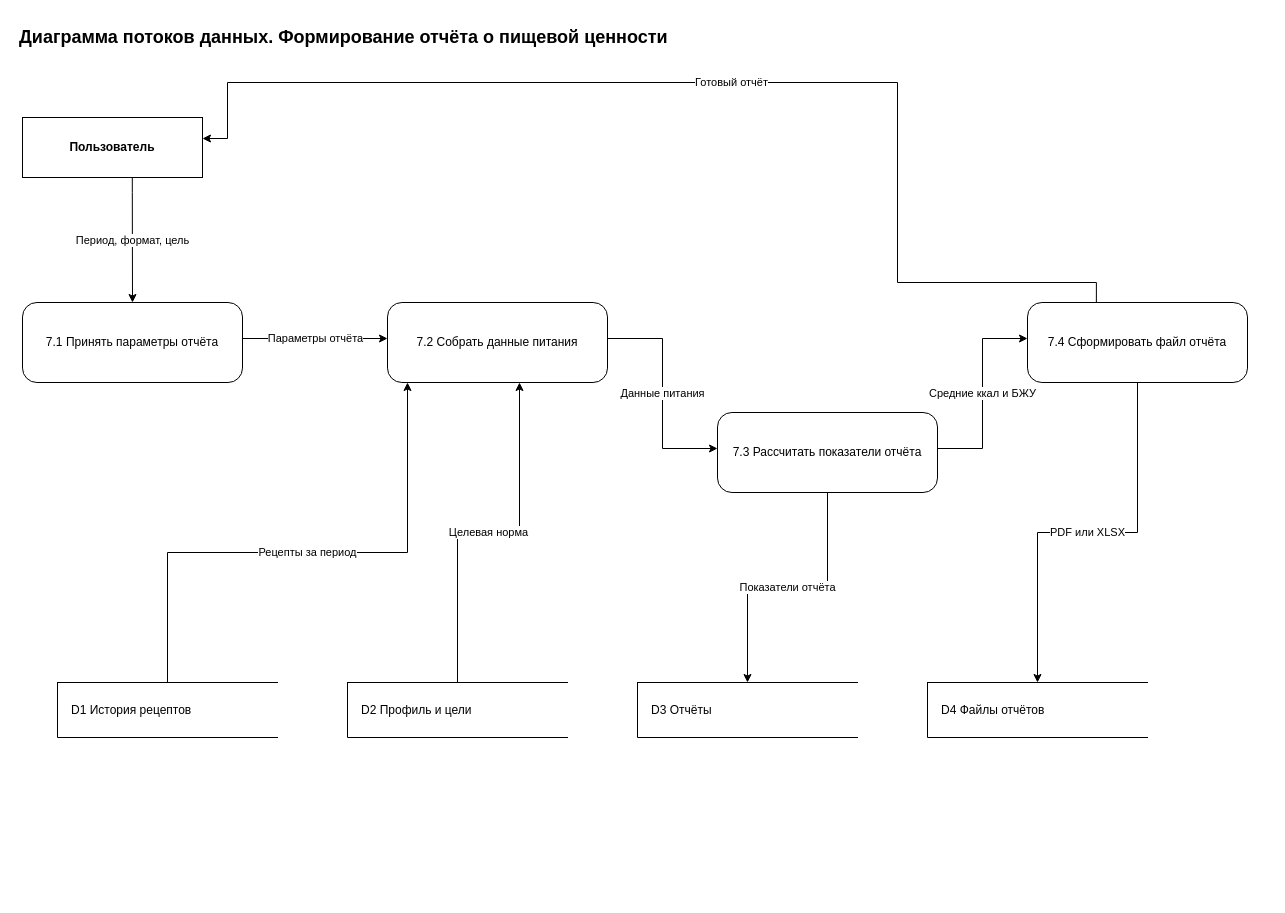
Earlier version of the draw.io diagram Optimization-Methods/laba_2/diagrams/Potoki/07_Отчёт_о_пищевой_ценности.drawio (Skipl1/ASOIU). Source tidied: cells renumbered, new cells numbered last; positions are measured from the earlier drawing's top-left corner, leaving out a move shared by most shapes. Both pictures are drawn from the tidied source at 100%, with x=0, y=0 at pixel (17, 22).
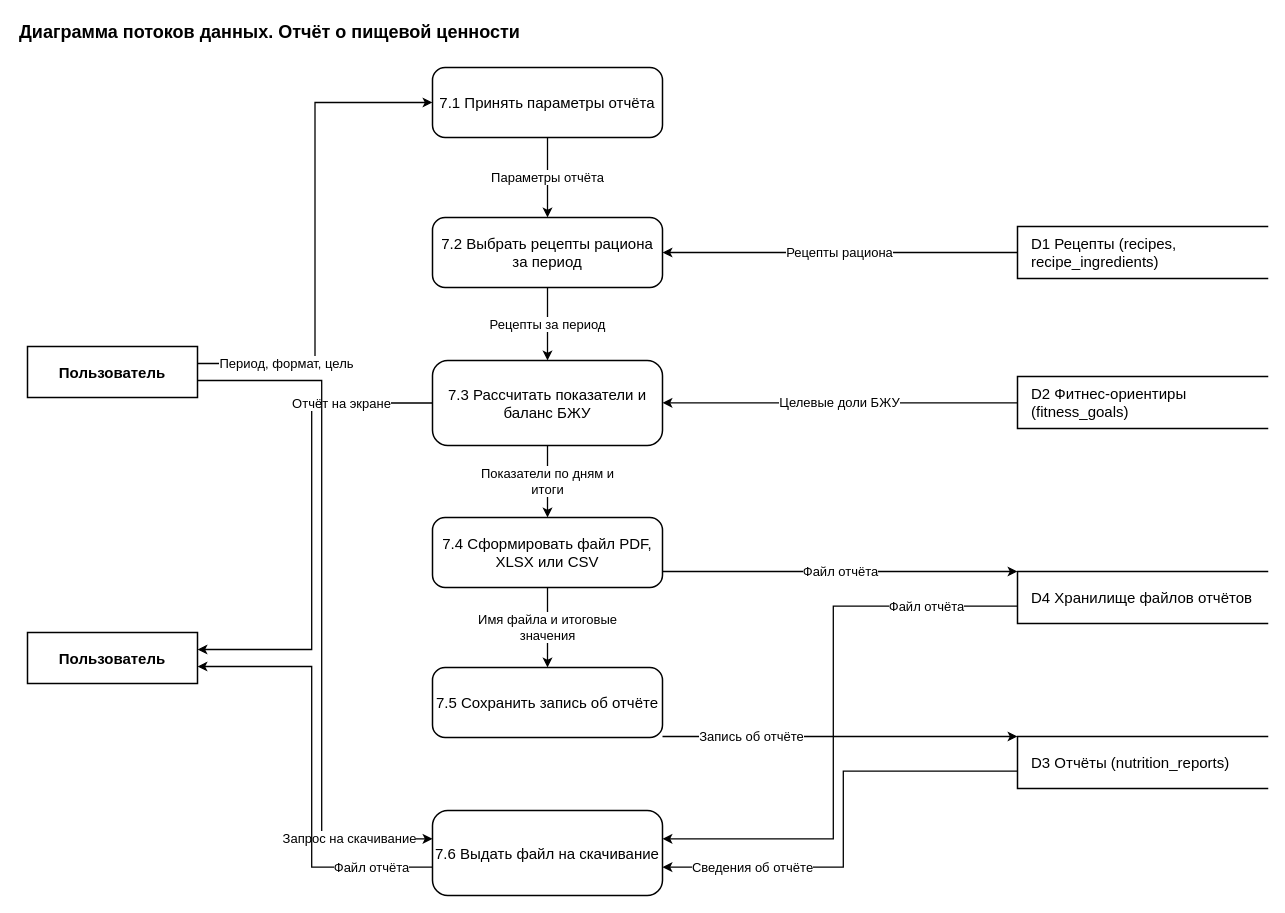
The same page after the edit.

Diff of the diagram source:
```diff
@@
-    <mxCell id="2" value="Диаграмма потоков данных. Формирование отчёта о пищевой ценности" style="text;html=1;strokeColor=none;fillColor=none;align=left;verticalAlign=middle;fontSize=18;fontStyle=1;" parent="1" vertex="1">
-      <mxGeometry width="900" height="30" as="geometry" />
+    <mxCell id="2" value="Диаграмма потоков данных. Отчёт о пищевой ценности" style="text;html=1;strokeColor=none;fillColor=none;align=left;verticalAlign=middle;fontSize=18;fontStyle=1;" parent="1" vertex="1">
+      <mxGeometry y="-5" width="900" height="30" as="geometry" />
     </mxCell>
-    <mxCell id="3" value="Пользователь" style="rounded=0;whiteSpace=wrap;html=1;fillColor=#ffffff;strokeColor=#000000;fontStyle=1;" parent="1" vertex="1">
-      <mxGeometry x="5" y="95" width="180" height="60" as="geometry" />
+    <mxCell id="3" value="Пользователь" style="rounded=0;whiteSpace=wrap;html=1;fillColor=#ffffff;strokeColor=#000000;fontStyle=1;fontSize=15;strokeWidth=1.5;" parent="1" vertex="1">
+      <mxGeometry x="10" y="324" width="170" height="51" as="geometry" />
     </mxCell>
-    <mxCell id="4" value="7.1 Принять параметры отчёта" style="rounded=1;whiteSpace=wrap;html=1;arcSize=18;fillColor=#ffffff;strokeColor=#000000;" parent="1" vertex="1">
-      <mxGeometry x="5" y="280" width="220" height="80" as="geometry" />
+    <mxCell id="4" value="7.1 Принять параметры отчёта" style="rounded=1;whiteSpace=wrap;html=1;arcSize=18;fillColor=#ffffff;strokeColor=#000000;fontSize=15;strokeWidth=1.5;" parent="1" vertex="1">
+      <mxGeometry x="415" y="45" width="230" height="70" as="geometry" />
     </mxCell>
-    <mxCell id="5" value="7.2 Собрать данные питания" style="rounded=1;whiteSpace=wrap;html=1;arcSize=18;fillColor=#ffffff;strokeColor=#000000;" parent="1" vertex="1">
-      <mxGeometry x="370" y="280" width="220" height="80" as="geometry" />
+    <mxCell id="5" value="7.2 Выбрать рецепты рациона за период" style="rounded=1;whiteSpace=wrap;html=1;arcSize=18;fillColor=#ffffff;strokeColor=#000000;fontSize=15;strokeWidth=1.5;" parent="1" vertex="1">
+      <mxGeometry x="415" y="195" width="230" height="70" as="geometry" />
     </mxCell>
-    <mxCell id="6" value="7.3 Рассчитать показатели отчёта" style="rounded=1;whiteSpace=wrap;html=1;arcSize=18;fillColor=#ffffff;strokeColor=#000000;" parent="1" vertex="1">
-      <mxGeometry x="700" y="390" width="220" height="80" as="geometry" />
+    <mxCell id="6" value="7.3 Рассчитать показатели и баланс БЖУ" style="rounded=1;whiteSpace=wrap;html=1;arcSize=18;fillColor=#ffffff;strokeColor=#000000;fontSize=15;strokeWidth=1.5;" parent="1" vertex="1">
+      <mxGeometry x="415" y="338" width="230" height="85" as="geometry" />
     </mxCell>
-    <mxCell id="7" value="7.4 Сформировать файл отчёта" style="rounded=1;whiteSpace=wrap;html=1;arcSize=18;fillColor=#ffffff;strokeColor=#000000;" parent="1" vertex="1">
-      <mxGeometry x="1010" y="280" width="220" height="80" as="geometry" />
+    <mxCell id="7" value="7.4 Сформировать файл PDF, XLSX или CSV" style="rounded=1;whiteSpace=wrap;html=1;arcSize=18;fillColor=#ffffff;strokeColor=#000000;fontSize=15;strokeWidth=1.5;" parent="1" vertex="1">
+      <mxGeometry x="415" y="495" width="230" height="70" as="geometry" />
     </mxCell>
+    <mxCell id="21" value="7.5 Сохранить запись об отчёте" style="rounded=1;whiteSpace=wrap;html=1;arcSize=18;fillColor=#ffffff;strokeColor=#000000;fontSize=15;strokeWidth=1.5;" parent="1" vertex="1">
+      <mxGeometry x="415" y="645" width="230" height="70" as="geometry" />
+    </mxCell>
+    <mxCell id="22" value="7.6 Выдать файл на скачивание" style="rounded=1;whiteSpace=wrap;html=1;arcSize=18;fillColor=#ffffff;strokeColor=#000000;fontSize=15;strokeWidth=1.5;" parent="1" vertex="1">
+      <mxGeometry x="415" y="788" width="230" height="85" as="geometry" />
+    </mxCell>
-    <mxCell id="8" value="D1 История рецептов" style="shape=partialRectangle;right=0;whiteSpace=wrap;html=1;fillColor=#ffffff;strokeColor=#000000;align=left;spacingLeft=12;" parent="1" vertex="1">
-      <mxGeometry x="40" y="660" width="220" height="55" as="geometry" />
+    <mxCell id="8" value="D1 Рецепты (recipes, recipe_ingredients)" style="shape=partialRectangle;right=0;whiteSpace=wrap;html=1;fillColor=#ffffff;strokeColor=#000000;align=left;spacingLeft=12;fontSize=15;strokeWidth=1.5;" parent="1" vertex="1">
+      <mxGeometry x="1000" y="204" width="250" height="52" as="geometry" />
     </mxCell>
-    <mxCell id="9" value="D2 Профиль и цели" style="shape=partialRectangle;right=0;whiteSpace=wrap;html=1;fillColor=#ffffff;strokeColor=#000000;align=left;spacingLeft=12;" parent="1" vertex="1">
-      <mxGeometry x="330" y="660" width="220" height="55" as="geometry" />
+    <mxCell id="9" value="D2 Фитнес-ориентиры (fitness_goals)" style="shape=partialRectangle;right=0;whiteSpace=wrap;html=1;fillColor=#ffffff;strokeColor=#000000;align=left;spacingLeft=12;fontSize=15;strokeWidth=1.5;" parent="1" vertex="1">
+      <mxGeometry x="1000" y="354" width="250" height="52" as="geometry" />
     </mxCell>
-    <mxCell id="10" value="D3 Отчёты" style="shape=partialRectangle;right=0;whiteSpace=wrap;html=1;fillColor=#ffffff;strokeColor=#000000;align=left;spacingLeft=12;" parent="1" vertex="1">
-      <mxGeometry x="620" y="660" width="220" height="55" as="geometry" />
+    <mxCell id="10" value="D3 Отчёты (nutrition_reports)" style="shape=partialRectangle;right=0;whiteSpace=wrap;html=1;fillColor=#ffffff;strokeColor=#000000;align=left;spacingLeft=12;fontSize=15;strokeWidth=1.5;" parent="1" vertex="1">
+      <mxGeometry x="1000" y="714" width="250" height="52" as="geometry" />
     </mxCell>
-    <mxCell id="11" value="D4 Файлы отчётов" style="shape=partialRectangle;right=0;whiteSpace=wrap;html=1;fillColor=#ffffff;strokeColor=#000000;align=left;spacingLeft=12;" parent="1" vertex="1">
-      <mxGeometry x="910" y="660" width="220" height="55" as="geometry" />
+    <mxCell id="11" value="D4 Хранилище файлов отчётов" style="shape=partialRectangle;right=0;whiteSpace=wrap;html=1;fillColor=#ffffff;strokeColor=#000000;align=left;spacingLeft=12;fontSize=15;strokeWidth=1.5;" parent="1" vertex="1">
+      <mxGeometry x="1000" y="549" width="250" height="52" as="geometry" />
     </mxCell>
+    <mxCell id="23" value="Пользователь" style="rounded=0;whiteSpace=wrap;html=1;fillColor=#ffffff;strokeColor=#000000;fontStyle=1;fontSize=15;strokeWidth=1.5;" parent="1" vertex="1">
+      <mxGeometry x="10" y="610" width="170" height="51" as="geometry" />
+    </mxCell>
-    <mxCell id="12" value="Период, формат, цель" style="endArrow=classic;html=1;rounded=0;edgeStyle=orthogonalEdgeStyle;exitX=0.61;exitY=0.994;entryX=0.5;entryY=0;exitDx=0;exitDy=0;exitPerimeter=0;" parent="1" edge="1" source="3" target="4">
-      <mxGeometry relative="1" as="geometry">
+    <mxCell id="12" value="Период, формат, цель" style="endArrow=classic;endFill=1;html=1;rounded=0;edgeStyle=none;strokeWidth=1.3;fontSize=13;labelBackgroundColor=#ffffff;exitX=1.0;exitY=0.3333;exitDx=0;exitDy=0;entryX=0.0;entryY=0.5;entryDx=0;entryDy=0;" parent="1" edge="1" source="3" target="4">
+      <mxGeometry x="-0.64" relative="1" as="geometry">
         <Array as="points">
-          <mxPoint x="115" y="170" />
-          <mxPoint x="115" y="170" />
+          <mxPoint x="297.5" y="341" />
+          <mxPoint x="297.5" y="80" />
         </Array>
       </mxGeometry>
     </mxCell>
-    <mxCell id="13" value="Параметры отчёта" style="endArrow=classic;html=1;rounded=0;edgeStyle=orthogonalEdgeStyle;exitX=1;exitY=0.45;entryX=0;entryY=0.45;" parent="1" edge="1" source="4" target="5">
+    <mxCell id="13" value="Параметры отчёта" style="endArrow=classic;endFill=1;html=1;rounded=0;edgeStyle=none;strokeWidth=1.3;fontSize=13;labelBackgroundColor=#ffffff;exitX=0.5;exitY=1.0;exitDx=0;exitDy=0;entryX=0.5;entryY=0.0;entryDx=0;entryDy=0;" parent="1" edge="1" source="4" target="5">
       <mxGeometry relative="1" as="geometry" />
     </mxCell>
+    <mxCell id="24" value="Рецепты рациона" style="endArrow=classic;endFill=1;html=1;rounded=0;edgeStyle=none;strokeWidth=1.3;fontSize=13;labelBackgroundColor=#ffffff;exitX=0.0;exitY=0.5;exitDx=0;exitDy=0;entryX=1.0;entryY=0.5;entryDx=0;entryDy=0;" parent="1" edge="1" source="8" target="5">
+      <mxGeometry relative="1" as="geometry" />
+    </mxCell>
-    <mxCell id="14" value="Рецепты за период" style="endArrow=classic;html=1;rounded=0;edgeStyle=orthogonalEdgeStyle;exitX=0.5;exitY=0;" parent="1" edge="1" source="8">
-      <mxGeometry relative="1" as="geometry">
-        <mxPoint x="390" y="360" as="targetPoint" />
-        <Array as="points">
-          <mxPoint x="150" y="530" />
-          <mxPoint x="390" y="530" />
-          <mxPoint x="390" y="360" />
-        </Array>
-      </mxGeometry>
+    <mxCell id="14" value="Рецепты за период" style="endArrow=classic;endFill=1;html=1;rounded=0;edgeStyle=none;strokeWidth=1.3;fontSize=13;labelBackgroundColor=#ffffff;exitX=0.5;exitY=1.0;exitDx=0;exitDy=0;entryX=0.5;entryY=0.0;entryDx=0;entryDy=0;" parent="1" edge="1" source="5" target="6">
+      <mxGeometry relative="1" as="geometry" />
     </mxCell>
-    <mxCell id="15" value="Целевая норма" style="endArrow=classic;html=1;rounded=0;edgeStyle=orthogonalEdgeStyle;exitX=0.5;exitY=0;entryX=0.6;entryY=1;" parent="1" edge="1" source="9" target="5">
-      <mxGeometry relative="1" as="geometry" />
-    </mxCell>
-    <mxCell id="16" value="Данные питания" style="endArrow=classic;html=1;rounded=0;edgeStyle=orthogonalEdgeStyle;exitX=1;exitY=0.45;entryX=0;entryY=0.45;" parent="1" edge="1" source="5" target="6">
-      <mxGeometry relative="1" as="geometry" />
-    </mxCell>
+    <mxCell id="25" value="Целевые доли БЖУ" style="endArrow=classic;endFill=1;html=1;rounded=0;edgeStyle=none;strokeWidth=1.3;fontSize=13;labelBackgroundColor=#ffffff;exitX=0.0;exitY=0.5058;exitDx=0;exitDy=0;entryX=1.0;entryY=0.4976;entryDx=0;entryDy=0;" parent="1" edge="1" source="9" target="6">
+      <mxGeometry relative="1" as="geometry" />
+    </mxCell>
+    <mxCell id="26" value="Отчёт на экране" style="endArrow=classic;endFill=1;html=1;rounded=0;edgeStyle=none;strokeWidth=1.3;fontSize=13;labelBackgroundColor=#ffffff;exitX=0.0;exitY=0.5;exitDx=0;exitDy=0;entryX=1.0;entryY=0.3333;entryDx=0;entryDy=0;" parent="1" edge="1" source="6" target="23">
+      <mxGeometry x="-0.62" relative="1" as="geometry">
+        <Array as="points">
+          <mxPoint x="294.2" y="380.5" />
+          <mxPoint x="294.2" y="627" />
+        </Array>
+      </mxGeometry>
+    </mxCell>
-    <mxCell id="17" value="Средние ккал и БЖУ" style="endArrow=classic;html=1;rounded=0;edgeStyle=orthogonalEdgeStyle;exitX=1;exitY=0.45;entryX=0;entryY=0.45;" parent="1" edge="1" source="6" target="7">
+    <mxCell id="17" value="Показатели по дням и&lt;br&gt;итоги" style="endArrow=classic;endFill=1;html=1;rounded=0;edgeStyle=none;strokeWidth=1.3;fontSize=13;labelBackgroundColor=#ffffff;exitX=0.5;exitY=1.0;exitDx=0;exitDy=0;entryX=0.5;entryY=0.0;entryDx=0;entryDy=0;" parent="1" edge="1" source="6" target="7">
       <mxGeometry relative="1" as="geometry" />
     </mxCell>
-    <mxCell id="18" value="Показатели отчёта" style="endArrow=classic;html=1;rounded=0;edgeStyle=orthogonalEdgeStyle;exitX=0.5;exitY=1;entryX=0.5;entryY=0;" parent="1" edge="1" source="6" target="10">
-      <mxGeometry relative="1" as="geometry" />
-    </mxCell>
-    <mxCell id="19" value="PDF или XLSX" style="endArrow=classic;html=1;rounded=0;edgeStyle=orthogonalEdgeStyle;exitX=0.5;exitY=1;entryX=0.5;entryY=0;" parent="1" edge="1" source="7" target="11">
+    <mxCell id="19" value="Файл отчёта" style="endArrow=classic;endFill=1;html=1;rounded=0;edgeStyle=none;strokeWidth=1.3;fontSize=13;labelBackgroundColor=#ffffff;exitX=1.0;exitY=0.7714;exitDx=0;exitDy=0;entryX=0.0;entryY=0.0;entryDx=0;entryDy=0;" parent="1" edge="1" source="7" target="11">
       <mxGeometry relative="1" as="geometry" />
     </mxCell>
-    <mxCell id="20" value="Готовый отчёт" style="endArrow=classic;html=1;rounded=0;edgeStyle=orthogonalEdgeStyle;exitX=0.313;exitY=0.006;entryX=1;entryY=0.35;exitDx=0;exitDy=0;exitPerimeter=0;" parent="1" edge="1" source="7" target="3">
-      <mxGeometry relative="1" as="geometry">
-        <Array as="points">
-          <mxPoint x="1079" y="260" />
-          <mxPoint x="880" y="260" />
-          <mxPoint x="880" y="60" />
-          <mxPoint x="210" y="60" />
-          <mxPoint x="210" y="116" />
-        </Array>
-      </mxGeometry>
-    </mxCell>
+    <mxCell id="27" value="Имя файла и итоговые&lt;br&gt;значения" style="endArrow=classic;endFill=1;html=1;rounded=0;edgeStyle=none;strokeWidth=1.3;fontSize=13;labelBackgroundColor=#ffffff;exitX=0.5;exitY=1.0;exitDx=0;exitDy=0;entryX=0.5;entryY=0.0;entryDx=0;entryDy=0;" parent="1" edge="1" source="7" target="21">
+      <mxGeometry relative="1" as="geometry" />
+    </mxCell>
+    <mxCell id="28" value="Запись об отчёте" style="endArrow=classic;endFill=1;html=1;rounded=0;edgeStyle=none;strokeWidth=1.3;fontSize=13;labelBackgroundColor=#ffffff;exitX=1.0;exitY=0.9857;exitDx=0;exitDy=0;entryX=0.0;entryY=0.0;entryDx=0;entryDy=0;" parent="1" edge="1" source="21" target="10">
+      <mxGeometry x="-0.5" relative="1" as="geometry" />
+    </mxCell>
+    <mxCell id="29" value="Запрос на скачивание" style="endArrow=classic;endFill=1;html=1;rounded=0;edgeStyle=none;strokeWidth=1.3;fontSize=13;labelBackgroundColor=#ffffff;exitX=1.0;exitY=0.6667;exitDx=0;exitDy=0;entryX=0.0;entryY=0.3329;entryDx=0;entryDy=0;" parent="1" edge="1" source="3" target="22">
+      <mxGeometry x="0.76" relative="1" as="geometry">
+        <Array as="points">
+          <mxPoint x="304.2" y="358" />
+          <mxPoint x="304.2" y="816.3" />
+        </Array>
+      </mxGeometry>
+    </mxCell>
+    <mxCell id="30" value="Сведения об отчёте" style="endArrow=classic;endFill=1;html=1;rounded=0;edgeStyle=none;strokeWidth=1.3;fontSize=13;labelBackgroundColor=#ffffff;exitX=0.0;exitY=0.6673;exitDx=0;exitDy=0;entryX=1.0;entryY=0.6671;entryDx=0;entryDy=0;" parent="1" edge="1" source="10" target="22">
+      <mxGeometry x="0.6" relative="1" as="geometry">
+        <Array as="points">
+          <mxPoint x="825.8" y="748.7" />
+          <mxPoint x="825.8" y="844.7" />
+        </Array>
+      </mxGeometry>
+    </mxCell>
+    <mxCell id="31" value="Файл отчёта" style="endArrow=classic;endFill=1;html=1;rounded=0;edgeStyle=none;strokeWidth=1.3;fontSize=13;labelBackgroundColor=#ffffff;exitX=0.0;exitY=0.6673;exitDx=0;exitDy=0;entryX=1.0;entryY=0.3329;entryDx=0;entryDy=0;" parent="1" edge="1" source="11" target="22">
+      <mxGeometry x="-0.69" relative="1" as="geometry">
+        <Array as="points">
+          <mxPoint x="815.8" y="583.7" />
+          <mxPoint x="815.8" y="816.3" />
+        </Array>
+      </mxGeometry>
+    </mxCell>
+    <mxCell id="32" value="Файл отчёта" style="endArrow=classic;endFill=1;html=1;rounded=0;edgeStyle=none;strokeWidth=1.3;fontSize=13;labelBackgroundColor=#ffffff;exitX=0.0;exitY=0.6671;exitDx=0;exitDy=0;entryX=1.0;entryY=0.6667;entryDx=0;entryDy=0;" parent="1" edge="1" source="22" target="23">
+      <mxGeometry x="-0.72" relative="1" as="geometry">
+        <Array as="points">
+          <mxPoint x="294.2" y="844.7" />
+          <mxPoint x="294.2" y="644" />
+        </Array>
+      </mxGeometry>
+    </mxCell>
```
